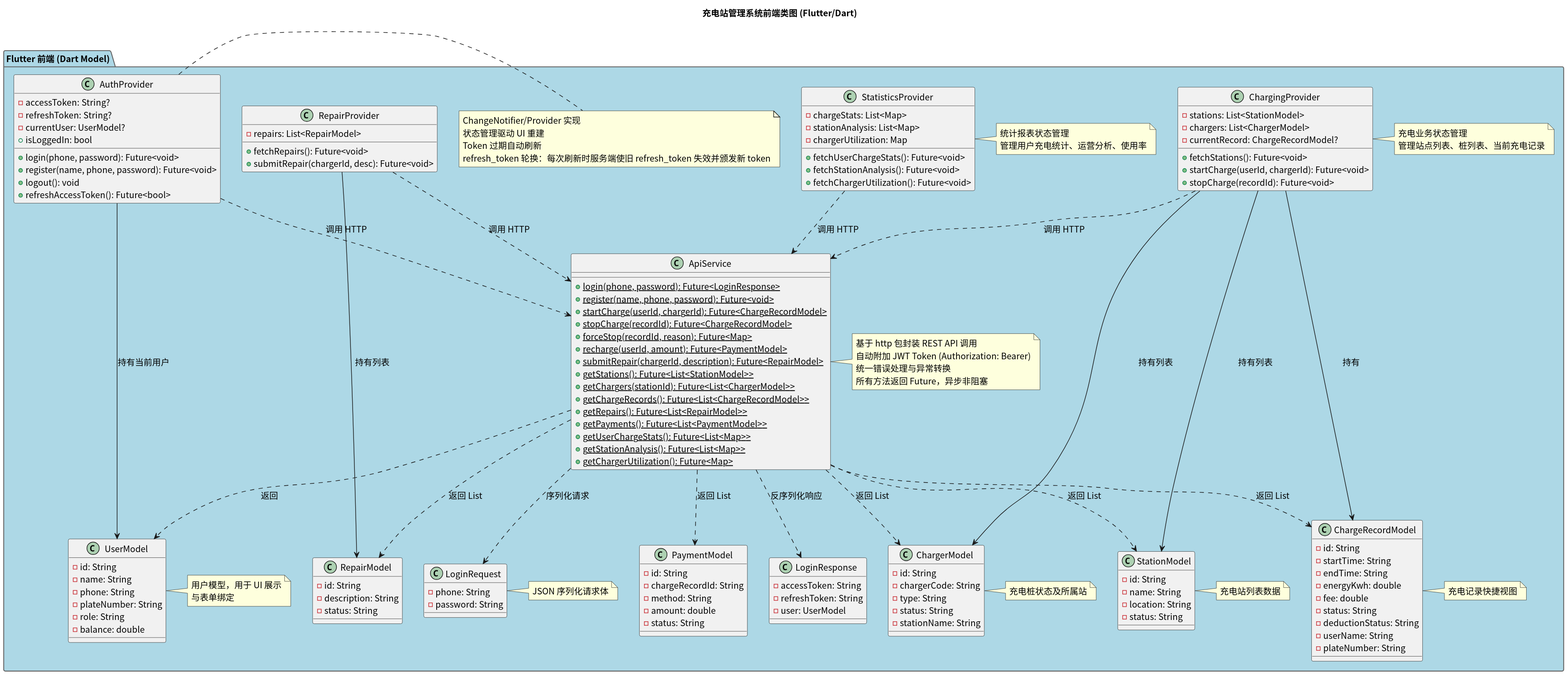
greenhandzdl/charging-station-doc keeps this PlantUML diagram as class/img/frontend_class_diagram.svg. Above is the earlier version.
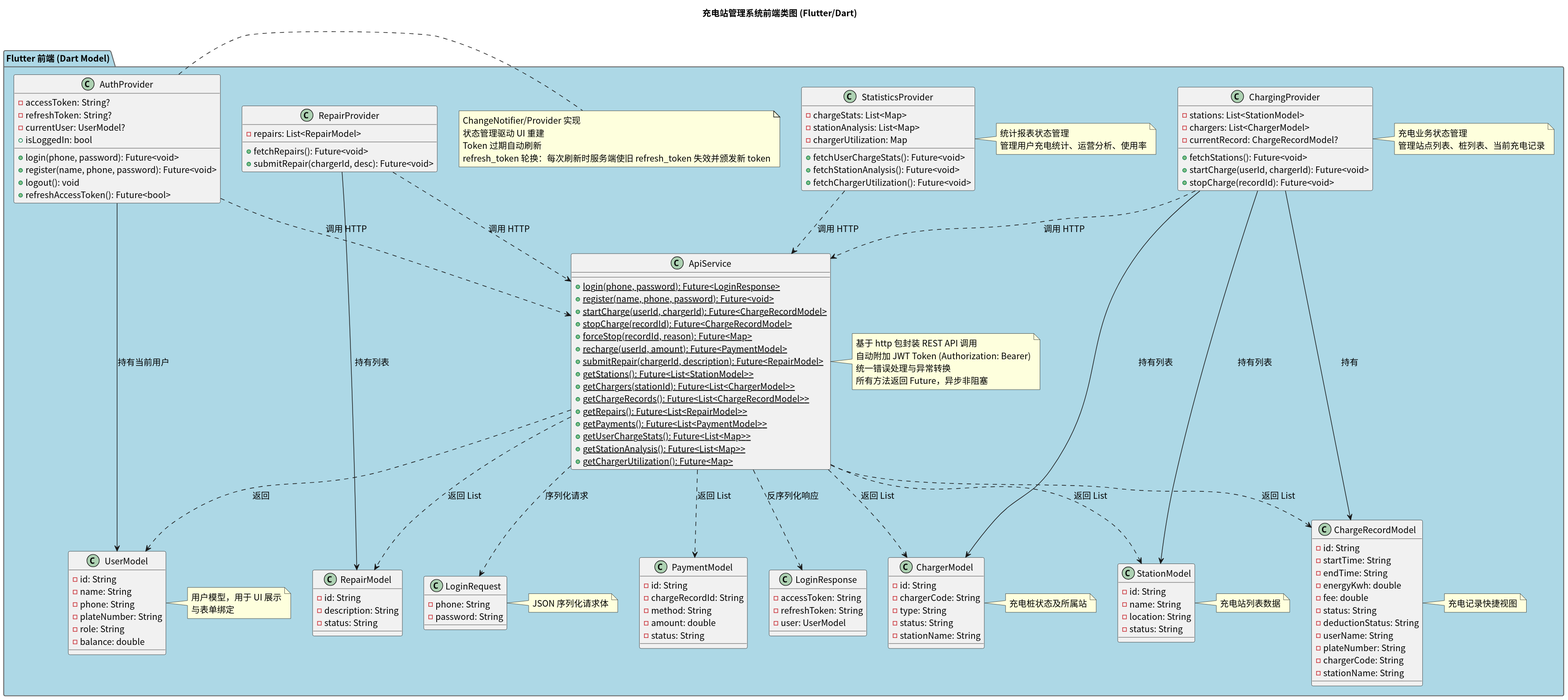
Later version of the same file.

Change to the diagram source:
```diff
@@ -46,6 +46,8 @@
     - deductionStatus: String
     - userName: String
     - plateNumber: String
+    - chargerCode: String
+    - stationName: String
   }
   note right of FCRecord : 充电记录快捷视图
 
```
